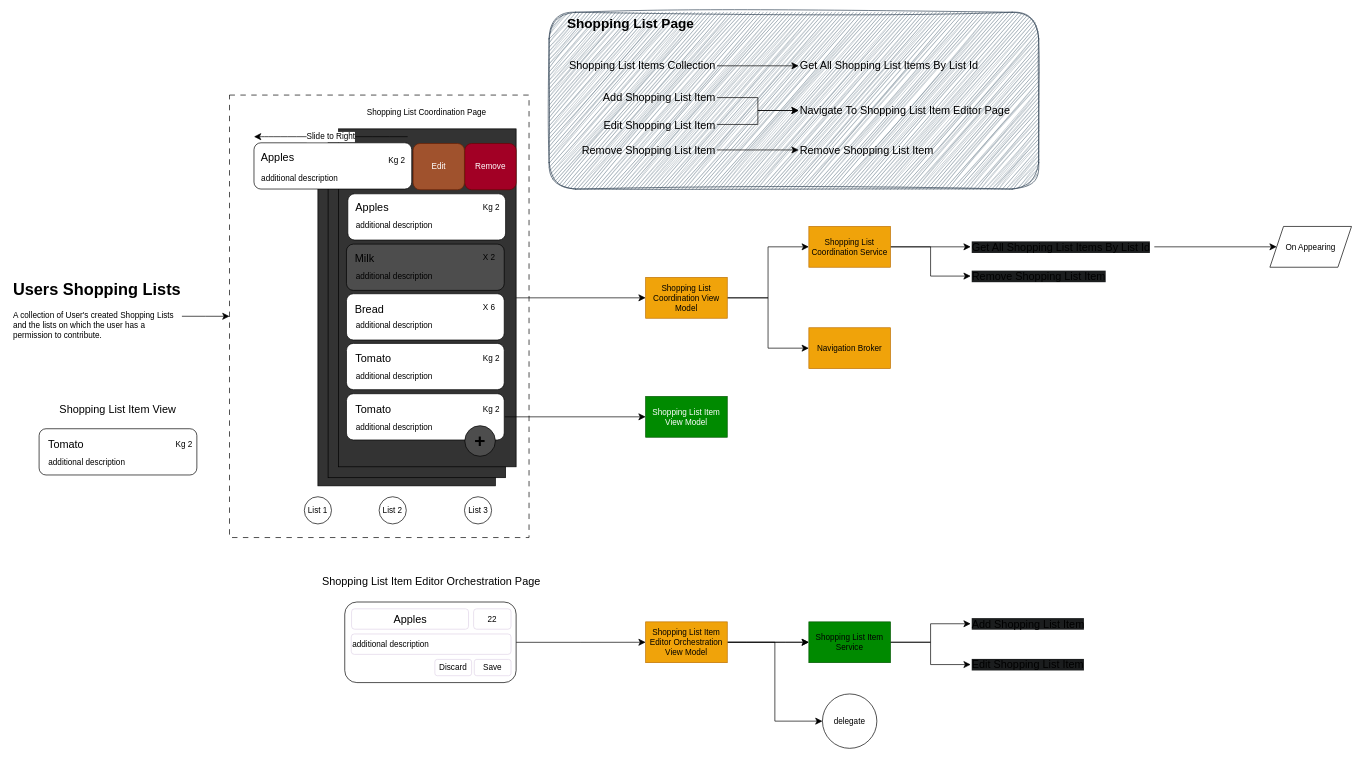
mohielamin/SLO.MobileApp keeps this draw.io diagram as page "Shopping List Processing View Model" (1 of 3) of docs/designs/SLO.MobileApp.Features.ShoppingList.drawio. Above is the earlier version. Source tidied: cells renumbered, new cells numbered last; positions are measured from the earlier drawing's top-left corner, leaving out a move shared by most shapes. Both pictures are drawn from the tidied source at 68%, with x=0, y=0 at pixel (12, 12).
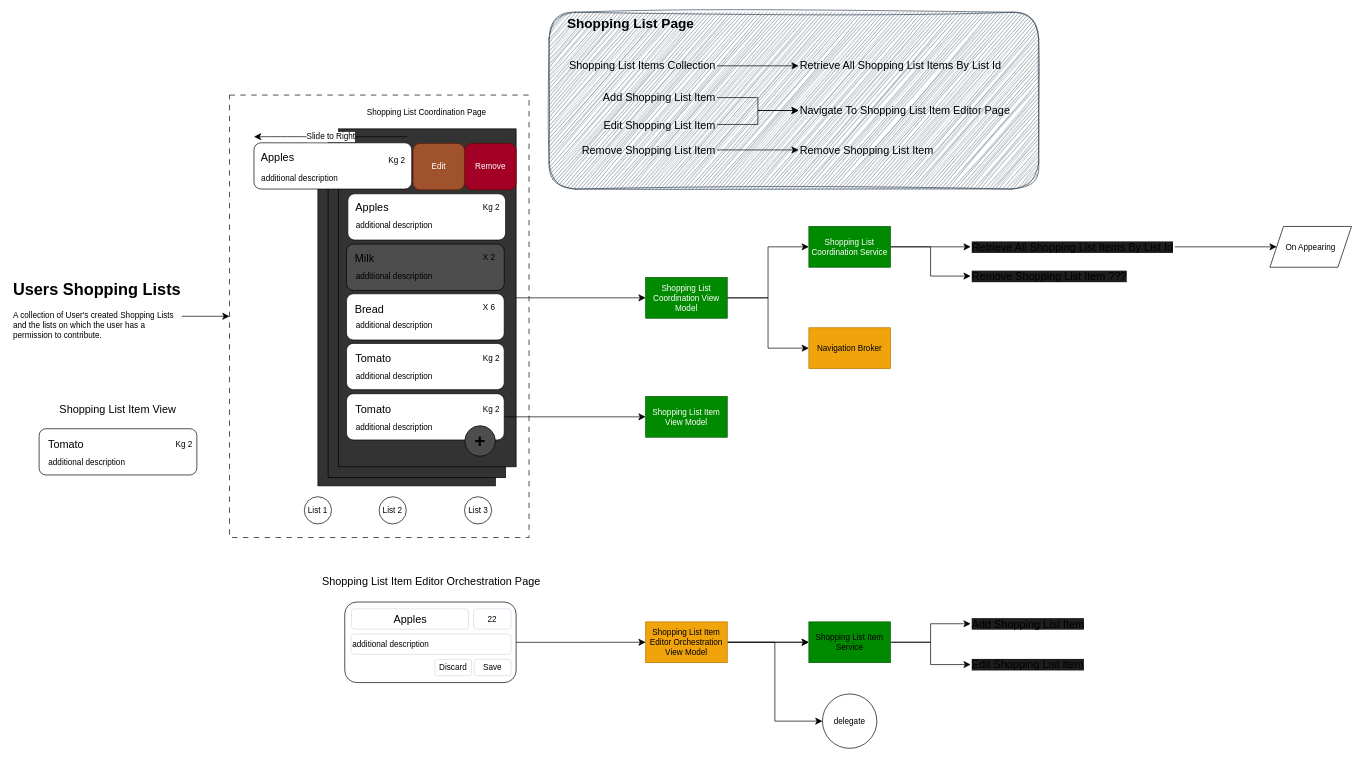
After the change.

The change refers to these unchanged cells:
```xml
<mxCell id="65" style="group;" parent="1" vertex="1">
  <mxGeometry x="790" y="29.5" width="720" height="230" as="geometry" />
</mxCell>
```

The edit, as a diff of the source:
```diff
@@
-    <mxCell id="39" value="Shopping List Coordination View Model" style="whiteSpace=wrap;html=1;rounded=0;fillColor=#f0a30a;fontColor=#000000;strokeColor=#BD7000;" parent="1" vertex="1">
+    <mxCell id="39" value="Shopping List Coordination View Model" style="whiteSpace=wrap;html=1;rounded=0;fillColor=#008a00;fontColor=#ffffff;strokeColor=#005700;" parent="1" vertex="1">
       <mxGeometry x="932" y="389.5" width="120" height="60" as="geometry" />
     </mxCell>
@@
-    <mxCell id="60" value="Shopping List Coordination Service" style="whiteSpace=wrap;html=1;rounded=0;fillColor=#f0a30a;fontColor=#000000;strokeColor=#BD7000;" parent="1" vertex="1">
+    <mxCell id="60" value="Shopping List Coordination Service" style="whiteSpace=wrap;html=1;rounded=0;fillColor=#008a00;fontColor=#ffffff;strokeColor=#005700;" parent="1" vertex="1">
       <mxGeometry x="1172" y="314.5" width="120" height="60" as="geometry" />
     </mxCell>
-    <mxCell id="61" value="&lt;span style=&quot;font-size: 16px; background-color: rgb(27, 29, 30);&quot;&gt;Remove Shopping List Item&lt;/span&gt;" style="text;html=1;whiteSpace=wrap;strokeColor=none;fillColor=none;align=left;verticalAlign=middle;rounded=0;fontSize=12;fontFamily=Helvetica;fontColor=default;labelBackgroundColor=default;" parent="1" vertex="1">
+    <mxCell id="61" value="&lt;span style=&quot;font-size: 16px; background-color: rgb(27, 29, 30);&quot;&gt;Remove Shopping List Item ???&lt;/span&gt;" style="text;html=1;whiteSpace=wrap;strokeColor=none;fillColor=none;align=left;verticalAlign=middle;rounded=0;fontSize=12;fontFamily=Helvetica;fontColor=default;labelBackgroundColor=default;" parent="1" vertex="1">
       <mxGeometry x="1410" y="372.5" width="315" height="30" as="geometry" />
     </mxCell>
@@
-    <mxCell id="63" value="&lt;span style=&quot;font-size: 16px; background-color: rgb(27, 29, 30);&quot;&gt;Get All Shopping List Items By List Id&lt;/span&gt;" style="text;html=1;whiteSpace=wrap;strokeColor=none;fillColor=none;align=left;verticalAlign=middle;rounded=0;fontSize=12;fontFamily=Helvetica;fontColor=default;labelBackgroundColor=default;" parent="1" vertex="1">
-      <mxGeometry x="1410" y="329.5" width="270" height="30" as="geometry" />
+    <mxCell id="63" value="&lt;span style=&quot;font-size: 16px; background-color: rgb(27, 29, 30);&quot;&gt;Retrieve All Shopping List Items By List Id&lt;/span&gt;" style="text;html=1;whiteSpace=wrap;strokeColor=none;fillColor=none;align=left;verticalAlign=middle;rounded=0;fontSize=12;fontFamily=Helvetica;fontColor=default;labelBackgroundColor=default;" parent="1" vertex="1">
+      <mxGeometry x="1410" y="329.5" width="300" height="30" as="geometry" />
     </mxCell>
@@
-    <mxCell id="77" value="&lt;span style=&quot;font-size: 16px;&quot;&gt;Get All Shopping List Items By List Id&lt;/span&gt;" style="text;html=1;whiteSpace=wrap;strokeColor=none;fillColor=none;align=left;verticalAlign=middle;rounded=0;fontSize=12;fontFamily=Helvetica;fontColor=default;labelBackgroundColor=none;" parent="65" vertex="1">
+    <mxCell id="77" value="&lt;span style=&quot;font-size: 16px;&quot;&gt;Retrieve All Shopping List Items By List Id&lt;/span&gt;" style="text;html=1;whiteSpace=wrap;strokeColor=none;fillColor=none;align=left;verticalAlign=middle;rounded=0;fontSize=12;fontFamily=Helvetica;fontColor=default;labelBackgroundColor=none;" parent="65" vertex="1">
       <mxGeometry x="367" y="33.8" width="310" height="30" as="geometry" />
     </mxCell>
```
